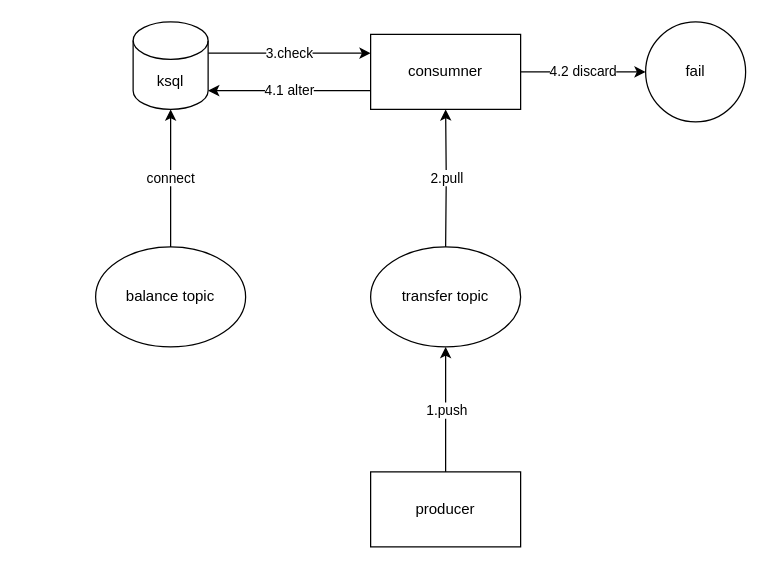
xoxonut/transaction keeps this draw.io diagram as transaction.drawio. Above is the earlier version. Source tidied: cells renumbered, new cells numbered last; positions are measured from the earlier drawing's top-left corner, leaving out a move shared by most shapes. Both pictures are drawn from the tidied source at 125%, with x=0, y=0 at pixel (95, 21).
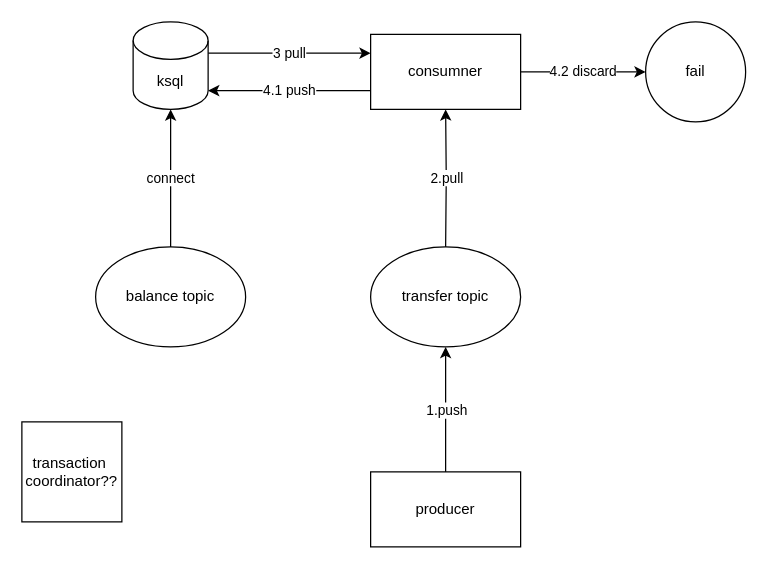
Above is the later version.

What changed in the source:
```diff
@@
 <mxGraphModel>
   <root>
     <mxCell id="0" />
     <mxCell id="1" parent="0" />
     <mxCell id="2" value="1.push" style="edgeStyle=orthogonalEdgeStyle;rounded=0;jettySize=auto;html=1;" parent="1" edge="1" source="3">
       <mxGeometry relative="1" as="geometry">
         <mxPoint x="280" y="260" as="targetPoint" />
       </mxGeometry>
     </mxCell>
     <mxCell id="3" value="producer" style="rounded=0;whiteSpace=wrap;html=1;" parent="1" vertex="1">
       <mxGeometry x="220" y="360" width="120" height="60" as="geometry" />
     </mxCell>
-    <mxCell id="4" value="4.1 alter" style="edgeStyle=orthogonalEdgeStyle;rounded=0;jettySize=auto;html=1;exitX=0;exitY=0.75;exitDx=0;exitDy=0;entryX=1;entryY=1;entryDx=0;entryDy=-15;entryPerimeter=0;" parent="1" edge="1" source="6" target="10">
+    <mxCell id="4" value="4.1 push" style="edgeStyle=orthogonalEdgeStyle;rounded=0;jettySize=auto;html=1;exitX=0;exitY=0.75;exitDx=0;exitDy=0;entryX=1;entryY=1;entryDx=0;entryDy=-15;entryPerimeter=0;" parent="1" edge="1" source="6" target="10">
       <mxGeometry relative="1" as="geometry" />
     </mxCell>
     <mxCell id="5" value="4.2 discard" style="edgeStyle=orthogonalEdgeStyle;rounded=0;jettySize=auto;html=1;" parent="1" edge="1" source="6" target="13">
       <mxGeometry relative="1" as="geometry" />
     </mxCell>
     <mxCell id="6" value="consumner" style="rounded=0;whiteSpace=wrap;html=1;" parent="1" vertex="1">
       <mxGeometry x="220" y="10" width="120" height="60" as="geometry" />
     </mxCell>
     <mxCell id="7" value="2.pull" style="edgeStyle=orthogonalEdgeStyle;rounded=0;jettySize=auto;html=1;" parent="1" edge="1" target="6">
       <mxGeometry relative="1" as="geometry">
         <mxPoint x="280" y="180" as="sourcePoint" />
       </mxGeometry>
     </mxCell>
     <mxCell id="8" value="transfer topic" style="ellipse;whiteSpace=wrap;html=1;" parent="1" vertex="1">
       <mxGeometry x="220" y="180" width="120" height="80" as="geometry" />
     </mxCell>
-    <mxCell id="9" value="3.check" style="edgeStyle=orthogonalEdgeStyle;rounded=0;jettySize=auto;html=1;exitX=1;exitY=0;exitDx=0;exitDy=25;exitPerimeter=0;entryX=0;entryY=0.25;entryDx=0;entryDy=0;" parent="1" edge="1" source="10" target="6">
+    <mxCell id="9" value="3 pull" style="edgeStyle=orthogonalEdgeStyle;rounded=0;jettySize=auto;html=1;exitX=1;exitY=0;exitDx=0;exitDy=25;exitPerimeter=0;entryX=0;entryY=0.25;entryDx=0;entryDy=0;" parent="1" edge="1" source="10" target="6">
       <mxGeometry relative="1" as="geometry" />
     </mxCell>
     <mxCell id="10" value="ksql" style="shape=cylinder3;whiteSpace=wrap;html=1;boundedLbl=1;backgroundOutline=1;size=15;" parent="1" vertex="1">
       <mxGeometry x="30" width="60" height="70" as="geometry" />
     </mxCell>
     <mxCell id="11" value="connect" style="edgeStyle=orthogonalEdgeStyle;rounded=0;jettySize=auto;html=1;" parent="1" edge="1" source="12" target="10">
       <mxGeometry relative="1" as="geometry" />
     </mxCell>
     <mxCell id="12" value="balance topic" style="ellipse;whiteSpace=wrap;html=1;" parent="1" vertex="1">
       <mxGeometry y="180" width="120" height="80" as="geometry" />
     </mxCell>
     <mxCell id="13" value="fail" style="ellipse;whiteSpace=wrap;html=1;rounded=0;" parent="1" vertex="1">
       <mxGeometry x="440" width="80" height="80" as="geometry" />
     </mxCell>
+    <mxCell id="14" value="transaction&amp;nbsp;&lt;br&gt;coordinator??" style="whiteSpace=wrap;html=1;" parent="1" vertex="1">
+      <mxGeometry x="-59" y="320" width="80" height="80" as="geometry" />
+    </mxCell>
   </root>
 </mxGraphModel>
```
